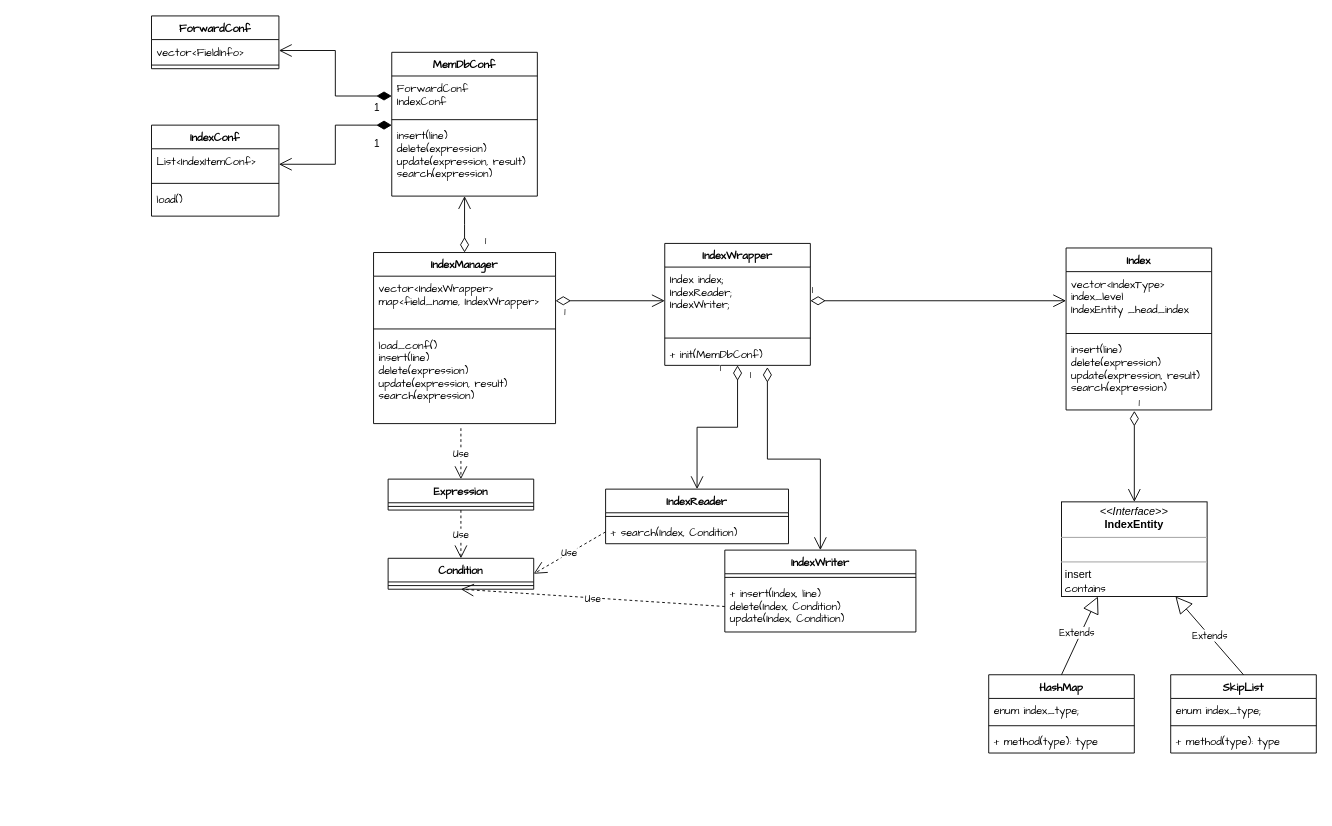
Before: 未命名绘图.drawio in gaochenxi/drawio, a draw.io diagram. Source tidied: cells renumbered, new cells numbered last; positions are measured from the earlier drawing's top-left corner, leaving out a move shared by most shapes. Both pictures are drawn from the tidied source at 91%, with x=0, y=0 at pixel (151, 15).
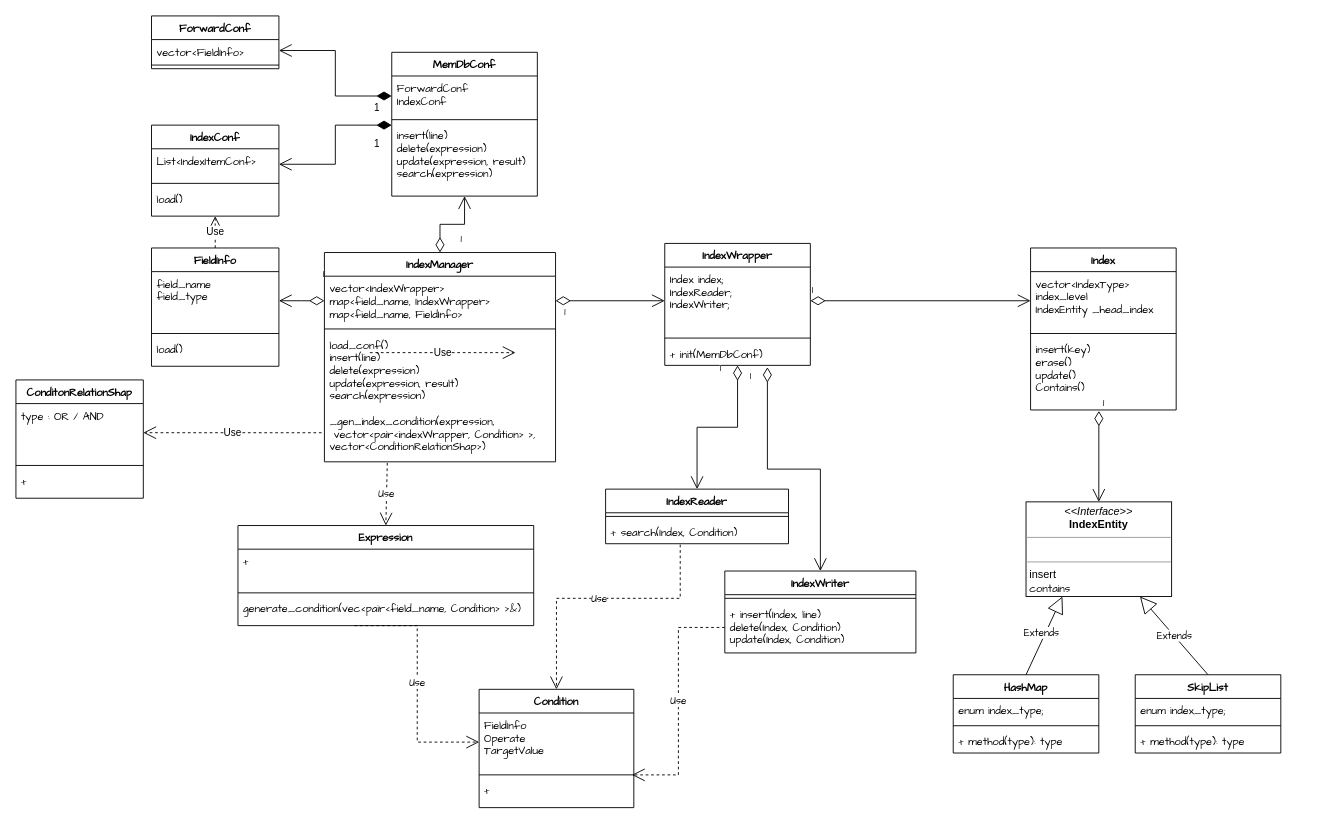
The same page after the edit.

Commit message:
更新未命名绘图.drawio

The change refers to these unchanged cells:
```xml
<mxCell id="31" value="+ search(Index, Condition)" style="text;strokeColor=none;fillColor=none;align=left;verticalAlign=top;spacingLeft=4;spacingRight=4;overflow=hidden;points=[[0,0.5],[1,0.5]];portConstraint=eastwest;fontFamily=Comic Sans MS;" parent="29" vertex="1">
  <mxGeometry y="34" width="201" height="26" as="geometry" />
</mxCell>
<mxCell id="35" value="+ insert(Index, line)&#10;delete(Index, Condition)&#10;update(Index, Condition)" style="text;strokeColor=none;fillColor=none;align=left;verticalAlign=top;spacingLeft=4;spacingRight=4;overflow=hidden;points=[[0,0.5],[1,0.5]];portConstraint=eastwest;fontFamily=Comic Sans MS;" parent="33" vertex="1">
  <mxGeometry y="34" width="210" height="56" as="geometry" />
</mxCell>
<mxCell id="53" value="load()" style="text;strokeColor=none;fillColor=none;align=left;verticalAlign=top;spacingLeft=4;spacingRight=4;overflow=hidden;points=[[0,0.5],[1,0.5]];portConstraint=eastwest;fontFamily=Comic Sans MS;" parent="50" vertex="1">
  <mxGeometry y="68" width="140" height="32" as="geometry" />
</mxCell>
```

What changed in the source:
```diff
@@
     <mxCell id="2" value="IndexManager" style="swimlane;fontStyle=1;align=center;verticalAlign=top;horizontal=1;startSize=26;fontFamily=Comic Sans MS;" parent="1" vertex="1">
-      <mxGeometry x="244" y="260" width="200" height="188" as="geometry" />
+      <mxGeometry x="190" y="260" width="254" height="230" as="geometry" />
     </mxCell>
-    <mxCell id="3" value="vector&lt;IndexWrapper&gt;&#10;map&lt;field_name, IndexWrapper&gt;" style="text;strokeColor=none;fillColor=none;align=left;verticalAlign=top;spacingLeft=4;spacingRight=4;overflow=hidden;points=[[0,0.5],[1,0.5]];portConstraint=eastwest;fontFamily=Comic Sans MS;" parent="2" vertex="1">
-      <mxGeometry y="26" width="200" height="54" as="geometry" />
+    <mxCell id="3" value="vector&lt;IndexWrapper&gt;&#10;map&lt;field_name, IndexWrapper&gt;&#10;map&lt;field_name, FieldInfo&gt;" style="text;strokeColor=none;fillColor=none;align=left;verticalAlign=top;spacingLeft=4;spacingRight=4;overflow=hidden;points=[[0,0.5],[1,0.5]];portConstraint=eastwest;fontFamily=Comic Sans MS;" parent="2" vertex="1">
+      <mxGeometry y="26" width="254" height="54" as="geometry" />
     </mxCell>
     <mxCell id="4" style="line;strokeWidth=1;fillColor=none;align=left;verticalAlign=middle;spacingTop=-1;spacingLeft=3;spacingRight=3;labelPosition=right;strokeColor=inherit;fontFamily=Comic Sans MS;" parent="2" vertex="1">
-      <mxGeometry y="80" width="200" height="8" as="geometry" />
+      <mxGeometry y="80" width="254" height="8" as="geometry" />
     </mxCell>
-    <mxCell id="5" value="load_conf()&#10;insert(line)&#10;delete(expression)&#10;update(expression, result)&#10;search(expression)" style="text;strokeColor=none;fillColor=none;align=left;verticalAlign=top;spacingLeft=4;spacingRight=4;overflow=hidden;points=[[0,0.5],[1,0.5]];portConstraint=eastwest;fontFamily=Comic Sans MS;" parent="2" vertex="1">
-      <mxGeometry y="88" width="200" height="100" as="geometry" />
+    <mxCell id="5" value="load_conf()&#10;insert(line)&#10;delete(expression)&#10;update(expression, result)&#10;search(expression)&#10;&#10;_gen_index_condition(expression, &#10; vector&lt;pair&lt;indexWrapper, Condition&gt; &gt;, &#10;vector&lt;ConditionRelationShap&gt;)" style="text;strokeColor=none;fillColor=none;align=left;verticalAlign=top;spacingLeft=4;spacingRight=4;overflow=hidden;points=[[0,0.5],[1,0.5]];portConstraint=eastwest;fontFamily=Comic Sans MS;" parent="2" vertex="1">
+      <mxGeometry y="88" width="254" height="142" as="geometry" />
     </mxCell>
@@
     <mxCell id="11" value="HashMap" style="swimlane;fontStyle=1;align=center;verticalAlign=top;horizontal=1;startSize=26;fontFamily=Comic Sans MS;" parent="1" vertex="1">
-      <mxGeometry x="920" y="724" width="160" height="86" as="geometry" />
+      <mxGeometry x="881" y="724" width="160" height="86" as="geometry" />
     </mxCell>
@@
     <mxCell id="15" value="SkipList" style="swimlane;fontStyle=1;align=center;verticalAlign=top;horizontal=1;startSize=26;fontFamily=Comic Sans MS;" parent="1" vertex="1">
-      <mxGeometry x="1120" y="724" width="160" height="86" as="geometry" />
+      <mxGeometry x="1081" y="724" width="160" height="86" as="geometry" />
     </mxCell>
@@
     <mxCell id="21" value="&lt;p style=&quot;margin:0px;margin-top:4px;text-align:center;&quot;&gt;&lt;i&gt;&amp;lt;&amp;lt;Interface&amp;gt;&amp;gt;&lt;/i&gt;&lt;br&gt;&lt;b&gt;IndexEntity&lt;/b&gt;&lt;/p&gt;&lt;hr size=&quot;1&quot;&gt;&lt;p style=&quot;margin:0px;margin-left:4px;&quot;&gt;&lt;br&gt;&lt;/p&gt;&lt;hr size=&quot;1&quot;&gt;&lt;p style=&quot;margin:0px;margin-left:4px;&quot;&gt;insert&lt;br style=&quot;border-color: var(--border-color); padding: 0px; margin: 0px; font-family: &amp;quot;Comic Sans MS&amp;quot;;&quot;&gt;&lt;span style=&quot;font-family: &amp;quot;Comic Sans MS&amp;quot;;&quot;&gt;contains&lt;/span&gt;&lt;br&gt;&lt;/p&gt;" style="verticalAlign=top;align=left;overflow=fill;fontSize=12;fontFamily=Helvetica;html=1;" parent="1" vertex="1">
-      <mxGeometry x="1000" y="534" width="160" height="104" as="geometry" />
+      <mxGeometry x="961" y="534" width="160" height="104" as="geometry" />
     </mxCell>
@@
-    <mxCell id="23" value="Condition" style="swimlane;fontStyle=1;align=center;verticalAlign=top;horizontal=1;startSize=26;fontFamily=Comic Sans MS;" parent="1" vertex="1">
-      <mxGeometry x="260" y="596" width="160" height="34" as="geometry" />
-    </mxCell>
-    <mxCell id="24" style="line;strokeWidth=1;fillColor=none;align=left;verticalAlign=middle;spacingTop=-1;spacingLeft=3;spacingRight=3;labelPosition=right;strokeColor=inherit;fontFamily=Comic Sans MS;" parent="23" vertex="1">
-      <mxGeometry y="26" width="160" height="8" as="geometry" />
-    </mxCell>
-    <mxCell id="25" value="Use" style="endArrow=open;endSize=12;dashed=1;html=1;rounded=0;strokeColor=default;fontFamily=Comic Sans MS;exitX=0.48;exitY=1.051;exitDx=0;exitDy=0;exitPerimeter=0;entryX=0.5;entryY=0;entryDx=0;entryDy=0;" parent="1" edge="1" source="5" target="26">
+    <mxCell id="25" value="Use" style="endArrow=open;endSize=12;dashed=1;html=1;rounded=0;strokeColor=default;fontFamily=Comic Sans MS;exitX=0.272;exitY=1.008;exitDx=0;exitDy=0;exitPerimeter=0;entryX=0.5;entryY=0;entryDx=0;entryDy=0;" parent="1" edge="1" source="5" target="26">
       <mxGeometry relative="1" as="geometry" />
     </mxCell>
-    <mxCell id="26" value="Expression" style="swimlane;fontStyle=1;align=center;verticalAlign=top;horizontal=1;startSize=26;fontFamily=Comic Sans MS;" parent="1" vertex="1">
-      <mxGeometry x="260" y="509" width="160" height="34" as="geometry" />
-    </mxCell>
-    <mxCell id="27" style="line;strokeWidth=1;fillColor=none;align=left;verticalAlign=middle;spacingTop=-1;spacingLeft=3;spacingRight=3;labelPosition=right;strokeColor=inherit;fontFamily=Comic Sans MS;" parent="26" vertex="1">
-      <mxGeometry y="26" width="160" height="8" as="geometry" />
-    </mxCell>
-    <mxCell id="28" value="Use" style="endArrow=open;endSize=12;dashed=1;html=1;rounded=0;strokeColor=default;fontFamily=Comic Sans MS;exitX=0.5;exitY=1;exitDx=0;exitDy=0;entryX=0.5;entryY=0;entryDx=0;entryDy=0;" parent="1" edge="1" source="26" target="23">
+    <mxCell id="28" value="Use" style="endArrow=open;endSize=12;dashed=1;html=1;rounded=0;strokeColor=default;fontFamily=Comic Sans MS;entryX=0;entryY=0.5;entryDx=0;entryDy=0;edgeStyle=elbowEdgeStyle;exitX=0.394;exitY=1;exitDx=0;exitDy=0;exitPerimeter=0;" parent="1" edge="1" source="64" target="65">
       <mxGeometry relative="1" as="geometry" />
     </mxCell>
@@
-    <mxCell id="32" value="Use" style="endArrow=open;endSize=12;dashed=1;html=1;rounded=0;strokeColor=default;fontFamily=Comic Sans MS;exitX=0;exitY=0.5;exitDx=0;exitDy=0;entryX=1;entryY=0.5;entryDx=0;entryDy=0;" parent="1" edge="1" source="31" target="23">
-      <mxGeometry relative="1" as="geometry" />
+    <mxCell id="32" value="Use" style="endArrow=open;endSize=12;dashed=1;html=1;rounded=0;strokeColor=default;fontFamily=Comic Sans MS;exitX=0.408;exitY=1.038;exitDx=0;exitDy=0;entryX=0.5;entryY=0;entryDx=0;entryDy=0;edgeStyle=elbowEdgeStyle;elbow=vertical;exitPerimeter=0;" parent="1" edge="1" source="31" target="23">
+      <mxGeometry relative="1" as="geometry">
+        <Array as="points">
+          <mxPoint x="470" y="640" />
+        </Array>
+      </mxGeometry>
     </mxCell>
     <mxCell id="33" value="IndexWriter" style="swimlane;fontStyle=1;align=center;verticalAlign=top;horizontal=1;startSize=26;fontFamily=Comic Sans MS;" parent="1" vertex="1">
-      <mxGeometry x="630" y="587" width="210" height="90" as="geometry" />
+      <mxGeometry x="630" y="610" width="210" height="90" as="geometry" />
     </mxCell>
@@
-    <mxCell id="36" value="Use" style="endArrow=open;endSize=12;dashed=1;html=1;rounded=0;strokeColor=default;fontFamily=Comic Sans MS;exitX=0;exitY=0.5;exitDx=0;exitDy=0;entryX=0.5;entryY=1;entryDx=0;entryDy=0;" parent="1" edge="1" source="35" target="23">
+    <mxCell id="36" value="Use" style="endArrow=open;endSize=12;dashed=1;html=1;rounded=0;strokeColor=default;fontFamily=Comic Sans MS;exitX=0;exitY=0.5;exitDx=0;exitDy=0;edgeStyle=elbowEdgeStyle;entryX=0.988;entryY=1.063;entryDx=0;entryDy=0;entryPerimeter=0;" parent="1" edge="1" source="35" target="65">
       <mxGeometry relative="1" as="geometry" />
     </mxCell>
@@
     <mxCell id="46" value="Index" style="swimlane;fontStyle=1;align=center;verticalAlign=top;horizontal=1;startSize=26;fontFamily=Comic Sans MS;" parent="1" vertex="1">
-      <mxGeometry x="1005" y="255" width="160" height="178" as="geometry" />
+      <mxGeometry x="966" y="255" width="160" height="178" as="geometry" />
     </mxCell>
@@
-    <mxCell id="49" value="insert(line)&#10;delete(expression)&#10;update(expression, result)&#10;search(expression)" style="text;strokeColor=none;fillColor=none;align=left;verticalAlign=top;spacingLeft=4;spacingRight=4;overflow=hidden;points=[[0,0.5],[1,0.5]];portConstraint=eastwest;fontFamily=Comic Sans MS;" parent="46" vertex="1">
+    <mxCell id="49" value="insert(key)&#10;erase()&#10;update()&#10;Contains()" style="text;strokeColor=none;fillColor=none;align=left;verticalAlign=top;spacingLeft=4;spacingRight=4;overflow=hidden;points=[[0,0.5],[1,0.5]];portConstraint=eastwest;fontFamily=Comic Sans MS;" parent="46" vertex="1">
       <mxGeometry y="98" width="160" height="80" as="geometry" />
     </mxCell>
@@
+    <mxCell id="58" value="FieldInfo" style="swimlane;fontStyle=1;align=center;verticalAlign=top;horizontal=1;startSize=26;fontFamily=Comic Sans MS;" parent="1" vertex="1">
+      <mxGeometry y="255" width="140" height="130" as="geometry" />
+    </mxCell>
+    <mxCell id="59" value="field_name&#10;field_type" style="text;strokeColor=none;fillColor=none;align=left;verticalAlign=top;spacingLeft=4;spacingRight=4;overflow=hidden;points=[[0,0.5],[1,0.5]];portConstraint=eastwest;fontFamily=Comic Sans MS;" parent="58" vertex="1">
+      <mxGeometry y="26" width="140" height="64" as="geometry" />
+    </mxCell>
+    <mxCell id="60" style="line;strokeWidth=1;fillColor=none;align=left;verticalAlign=middle;spacingTop=-1;spacingLeft=3;spacingRight=3;labelPosition=right;strokeColor=inherit;fontFamily=Comic Sans MS;" parent="58" vertex="1">
+      <mxGeometry y="90" width="140" height="8" as="geometry" />
+    </mxCell>
+    <mxCell id="61" value="load()" style="text;strokeColor=none;fillColor=none;align=left;verticalAlign=top;spacingLeft=4;spacingRight=4;overflow=hidden;fontFamily=Comic Sans MS;" parent="58" vertex="1">
+      <mxGeometry y="98" width="140" height="32" as="geometry" />
+    </mxCell>
+    <mxCell id="26" value="Expression" style="swimlane;fontStyle=1;align=center;verticalAlign=top;horizontal=1;startSize=26;fontFamily=Comic Sans MS;" parent="1" vertex="1">
+      <mxGeometry x="95" y="560" width="325" height="110" as="geometry" />
+    </mxCell>
+    <mxCell id="62" value="+" style="text;strokeColor=none;fillColor=none;align=left;verticalAlign=top;spacingLeft=4;spacingRight=4;overflow=hidden;fontFamily=Comic Sans MS;" parent="26" vertex="1">
+      <mxGeometry y="26" width="325" height="44" as="geometry" />
+    </mxCell>
+    <mxCell id="63" style="line;strokeWidth=1;fillColor=none;align=left;verticalAlign=middle;spacingTop=-1;spacingLeft=3;spacingRight=3;labelPosition=right;strokeColor=inherit;fontFamily=Comic Sans MS;" parent="26" vertex="1">
+      <mxGeometry y="70" width="325" height="8" as="geometry" />
+    </mxCell>
+    <mxCell id="64" value="generate_condition(vec&lt;pair&lt;field_name, Condition&gt; &gt;&amp;)" style="text;strokeColor=none;fillColor=none;align=left;verticalAlign=top;spacingLeft=4;spacingRight=4;overflow=hidden;points=[[0,0.5],[1,0.5]];portConstraint=eastwest;fontFamily=Comic Sans MS;" parent="26" vertex="1">
+      <mxGeometry y="78" width="325" height="32" as="geometry" />
+    </mxCell>
+    <mxCell id="23" value="Condition" style="swimlane;fontStyle=1;align=center;verticalAlign=top;horizontal=1;startSize=26;fontFamily=Comic Sans MS;" parent="1" vertex="1">
+      <mxGeometry x="360" y="740" width="170" height="130" as="geometry" />
+    </mxCell>
+    <mxCell id="65" value="FieldInfo&#10;Operate&#10;TargetValue" style="text;strokeColor=none;fillColor=none;align=left;verticalAlign=top;spacingLeft=4;spacingRight=4;overflow=hidden;points=[[0,0.5],[1,0.5]];portConstraint=eastwest;fontFamily=Comic Sans MS;" parent="23" vertex="1">
+      <mxGeometry y="26" width="170" height="64" as="geometry" />
+    </mxCell>
+    <mxCell id="66" style="line;strokeWidth=1;fillColor=none;align=left;verticalAlign=middle;spacingTop=-1;spacingLeft=3;spacingRight=3;labelPosition=right;strokeColor=inherit;fontFamily=Comic Sans MS;" parent="23" vertex="1">
+      <mxGeometry y="90" width="170" height="8" as="geometry" />
+    </mxCell>
+    <mxCell id="67" value="+" style="text;strokeColor=none;fillColor=none;align=left;verticalAlign=top;spacingLeft=4;spacingRight=4;overflow=hidden;fontFamily=Comic Sans MS;" parent="23" vertex="1">
+      <mxGeometry y="98" width="170" height="32" as="geometry" />
+    </mxCell>
+    <mxCell id="68" value="1" style="endArrow=open;html=1;endSize=12;startArrow=diamondThin;startSize=14;startFill=0;edgeStyle=elbowEdgeStyle;align=left;verticalAlign=bottom;rounded=0;fontFamily=Comic Sans MS;entryX=1;entryY=0.5;entryDx=0;entryDy=0;" parent="1" edge="1" source="3" target="59">
+      <mxGeometry x="-0.87" y="-21" relative="1" as="geometry" />
+    </mxCell>
+    <mxCell id="69" value="Use" style="endArrow=open;endSize=12;dashed=1;html=1;rounded=0;" parent="1" edge="1">
+      <mxGeometry relative="1" as="geometry">
+        <mxPoint x="240" y="370" as="sourcePoint" />
+        <mxPoint x="400" y="370" as="targetPoint" />
+      </mxGeometry>
+    </mxCell>
+    <mxCell id="70" value="Use" style="endArrow=open;endSize=12;dashed=1;html=1;rounded=0;exitX=0.5;exitY=0;exitDx=0;exitDy=0;entryX=0.5;entryY=1;entryDx=0;entryDy=0;entryPerimeter=0;" parent="1" edge="1" source="58" target="53">
+      <mxGeometry relative="1" as="geometry" />
+    </mxCell>
+    <mxCell id="71" value="ConditonRelationShap" style="swimlane;fontStyle=1;align=center;verticalAlign=top;horizontal=1;startSize=26;fontFamily=Comic Sans MS;" parent="1" vertex="1">
+      <mxGeometry x="-149" y="400" width="140" height="130" as="geometry" />
+    </mxCell>
+    <mxCell id="72" value="type : OR / AND" style="text;strokeColor=none;fillColor=none;align=left;verticalAlign=top;spacingLeft=4;spacingRight=4;overflow=hidden;points=[[0,0.5],[1,0.5]];portConstraint=eastwest;fontFamily=Comic Sans MS;" parent="71" vertex="1">
+      <mxGeometry y="26" width="140" height="64" as="geometry" />
+    </mxCell>
+    <mxCell id="73" style="line;strokeWidth=1;fillColor=none;align=left;verticalAlign=middle;spacingTop=-1;spacingLeft=3;spacingRight=3;labelPosition=right;strokeColor=inherit;fontFamily=Comic Sans MS;" parent="71" vertex="1">
+      <mxGeometry y="90" width="140" height="8" as="geometry" />
+    </mxCell>
+    <mxCell id="74" value="+" style="text;strokeColor=none;fillColor=none;align=left;verticalAlign=top;spacingLeft=4;spacingRight=4;overflow=hidden;fontFamily=Comic Sans MS;" parent="71" vertex="1">
+      <mxGeometry y="98" width="140" height="32" as="geometry" />
+    </mxCell>
+    <mxCell id="75" value="Use" style="endArrow=open;endSize=12;dashed=1;html=1;rounded=0;exitX=-0.012;exitY=0.775;exitDx=0;exitDy=0;entryX=1;entryY=0.5;entryDx=0;entryDy=0;exitPerimeter=0;" parent="1" edge="1" source="5" target="72">
+      <mxGeometry relative="1" as="geometry" />
+    </mxCell>
```
